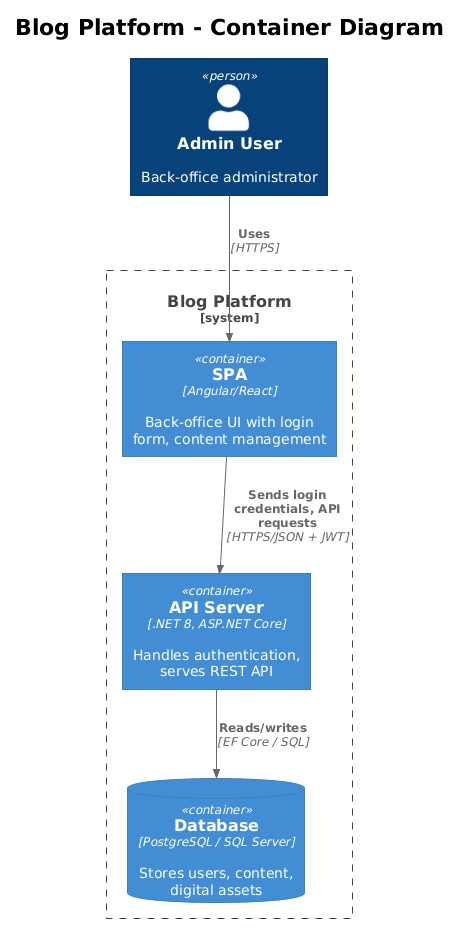
Before: docs/detailed-designs/01-authentication/diagrams/c4_container.png, a diagram exported from PlantUML (QuinntyneBrown/Blog).
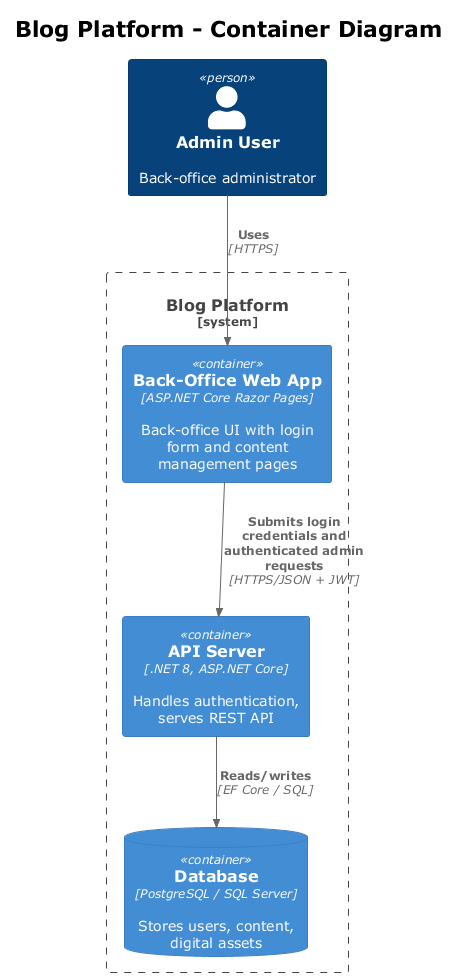
The same file after the commit.

What changed in the source:
```diff
@@ -1,4 +1,4 @@
-@startuml
+@startuml c4_container
 !theme plain
 !include <C4/C4_Container>
 
@@ -7,12 +7,13 @@
 Person(admin, "Admin User", "Back-office administrator")
 
 System_Boundary(blog, "Blog Platform") {
-    Container(spa, "SPA", "Angular/React", "Back-office UI with login form, content management")
+    Container(web, "Back-Office Web App", "ASP.NET Core Razor Pages", "Back-office UI with login form and content management pages")
     Container(api, "API Server", ".NET 8, ASP.NET Core", "Handles authentication, serves REST API")
     ContainerDb(db, "Database", "PostgreSQL / SQL Server", "Stores users, content, digital assets")
 }
 
-Rel(admin, spa, "Uses", "HTTPS")
-Rel(spa, api, "Sends login credentials, API requests", "HTTPS/JSON + JWT")
+Rel(admin, web, "Uses", "HTTPS")
+Rel(web, api, "Submits login credentials and authenticated admin requests", "HTTPS/JSON + JWT")
 Rel(api, db, "Reads/writes", "EF Core / SQL")
+
 @enduml
```
